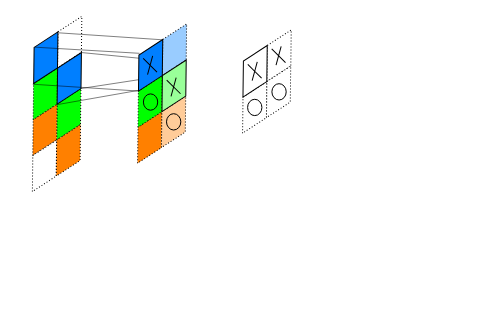
Earlier version of the draw.io diagram Untitled Diagram.drawio (huangqiuyu/Compiler). Source tidied: cells renumbered, new cells numbered last; positions are measured from the earlier drawing's top-left corner, leaving out a move shared by most shapes. Both pictures are drawn from the tidied source at 100%, with x=0, y=0 at pixel (20, 27).
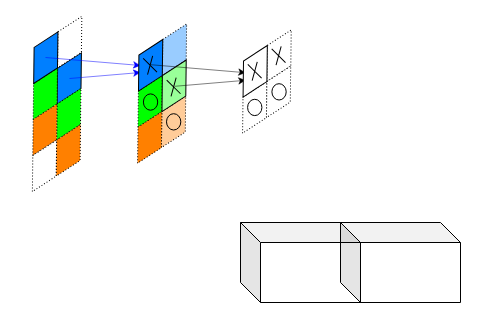
Above is the later version.

The change refers to these unchanged cells:
```xml
<mxCell id="4" style="shape=parallelogram;perimeter=parallelogramPerimeter;whiteSpace=wrap;html=1;fixedSize=1;rotation=327;fillColor=#00FF00;dashed=1;dashPattern=1 2;" parent="1" vertex="1">
  <mxGeometry x="24.1" y="71.8" width="48.4" height="30" as="geometry" />
</mxCell>
<mxCell id="5" style="shape=parallelogram;perimeter=parallelogramPerimeter;whiteSpace=wrap;html=1;fixedSize=1;rotation=327;dashed=1;dashPattern=1 2;" parent="1" vertex="1">
  <mxGeometry x="25" y="-0.4" width="48.4" height="30" as="geometry" />
</mxCell>
<mxCell id="10" style="shape=parallelogram;perimeter=parallelogramPerimeter;whiteSpace=wrap;html=1;fixedSize=1;rotation=327;fillColor=#99CCFF;dashed=1;dashPattern=1 2;" parent="1" vertex="1">
  <mxGeometry x="129.8" y="7.2" width="48.4" height="30" as="geometry" />
</mxCell>
<mxCell id="13" style="shape=parallelogram;perimeter=parallelogramPerimeter;whiteSpace=wrap;html=1;fixedSize=1;rotation=327;fillColor=#00FF00;dashed=1;dashPattern=1 2;" parent="1" vertex="1">
  <mxGeometry x="105.4" y="58.9" width="48.4" height="30" as="geometry" />
</mxCell>
<mxCell id="26" style="shape=parallelogram;perimeter=parallelogramPerimeter;whiteSpace=wrap;html=1;fixedSize=1;rotation=327;fillColor=#007FFF;gradientDirection=radial;shadow=0;" parent="1" vertex="1">
  <mxGeometry x="105.9" y="22.8" width="48.4" height="30" as="geometry" />
</mxCell>
```

What changed in the source:
```diff
@@
-    <mxCell id="2" style="endArrow=none;html=1;rounded=0;strokeWidth=0.5;exitX=1;exitY=0;exitDx=0;exitDy=0;entryX=0.182;entryY=0.6;entryDx=0;entryDy=0;entryPerimeter=0;" parent="1" edge="1" source="23" target="10">
-      <mxGeometry relative="1" as="geometry" />
-    </mxCell>
-    <mxCell id="3" style="endArrow=none;html=1;rounded=0;strokeWidth=0.5;exitX=1;exitY=0;exitDx=0;exitDy=0;entryX=0.569;entryY=1.005;entryDx=0;entryDy=0;entryPerimeter=0;" parent="1" edge="1" source="4" target="26">
-      <mxGeometry relative="1" as="geometry" />
-    </mxCell>
+    <mxCell id="23" style="shape=parallelogram;perimeter=parallelogramPerimeter;whiteSpace=wrap;html=1;fixedSize=1;rotation=327;fillColor=#007FFF;" parent="1" vertex="1">
+      <mxGeometry x="24.6" y="35.8" width="48.4" height="30" as="geometry" />
+    </mxCell>
@@
+    <mxCell id="9" style="shape=parallelogram;perimeter=parallelogramPerimeter;whiteSpace=wrap;html=1;fixedSize=1;rotation=327;fillColor=#00FF00;dashed=1;dashPattern=1 2;" parent="1" vertex="1">
+      <mxGeometry x="0.6" y="51.3" width="48.4" height="30" as="geometry" />
+    </mxCell>
@@
+    <mxCell id="22" style="shape=parallelogram;perimeter=parallelogramPerimeter;whiteSpace=wrap;html=1;fixedSize=1;rotation=327;fillColor=#007FFF;" parent="1" vertex="1">
+      <mxGeometry x="1.1" y="15.2" width="48.4" height="30" as="geometry" />
+    </mxCell>
+    <mxCell id="34" style="endArrow=classic;html=1;rounded=0;strokeColor=#0000FF;strokeWidth=0.5;" parent="1" edge="1">
+      <mxGeometry relative="1" as="geometry">
+        <mxPoint x="25" y="30" as="sourcePoint" />
+        <mxPoint x="120" y="38" as="targetPoint" />
+      </mxGeometry>
+    </mxCell>
+    <mxCell id="35" style="endArrow=classic;html=1;rounded=0;strokeColor=#0000FF;strokeWidth=0.5;" parent="1" edge="1">
+      <mxGeometry relative="1" as="geometry">
+        <mxPoint x="49" y="51" as="sourcePoint" />
+        <mxPoint x="120" y="45" as="targetPoint" />
+      </mxGeometry>
+    </mxCell>
@@
-    <mxCell id="9" style="shape=parallelogram;perimeter=parallelogramPerimeter;whiteSpace=wrap;html=1;fixedSize=1;rotation=327;fillColor=#00FF00;dashed=1;dashPattern=1 2;" parent="1" vertex="1">
-      <mxGeometry x="0.6" y="51.3" width="48.4" height="30" as="geometry" />
-    </mxCell>
@@
-    <mxCell id="11" style="shape=parallelogram;perimeter=parallelogramPerimeter;whiteSpace=wrap;html=1;fixedSize=1;rotation=327;fillColor=#FF8000;dashed=1;dashPattern=1 2;" parent="1" vertex="1">
-      <mxGeometry x="105" y="94.9" width="48.4" height="30" as="geometry" />
-    </mxCell>
@@
-    <mxCell id="22" style="shape=parallelogram;perimeter=parallelogramPerimeter;whiteSpace=wrap;html=1;fixedSize=1;rotation=327;fillColor=#007FFF;" parent="1" vertex="1">
-      <mxGeometry x="1.1" y="15.2" width="48.4" height="30" as="geometry" />
-    </mxCell>
-    <mxCell id="23" style="shape=parallelogram;perimeter=parallelogramPerimeter;whiteSpace=wrap;html=1;fixedSize=1;rotation=327;fillColor=#007FFF;" parent="1" vertex="1">
-      <mxGeometry x="24.6" y="35.8" width="48.4" height="30" as="geometry" />
-    </mxCell>
-    <mxCell id="24" style="shape=parallelogram;perimeter=parallelogramPerimeter;whiteSpace=wrap;html=1;fixedSize=1;rotation=327;fillColor=#FFFFFF;" parent="1" vertex="1">
-      <mxGeometry x="210.4" y="28.8" width="48.4" height="30" as="geometry" />
-    </mxCell>
-    <mxCell id="25" style="shape=umlDestroy;shadow=0;labelBackgroundColor=none;fillStyle=hachure;strokeWidth=1;fillColor=#007FFF;gradientColor=none;gradientDirection=radial;rotation=-15;" parent="1" vertex="1">
-      <mxGeometry x="229.3" y="35.4" width="9.8" height="16.8" as="geometry" />
-    </mxCell>
@@
-    <mxCell id="30" style="endArrow=none;html=1;rounded=0;strokeWidth=0.5;exitX=0.416;exitY=0.044;exitDx=0;exitDy=0;exitPerimeter=0;entryX=0.409;entryY=0.012;entryDx=0;entryDy=0;entryPerimeter=0;" parent="1" edge="1" source="5" target="10">
-      <mxGeometry relative="1" as="geometry" />
-    </mxCell>
-    <mxCell id="31" style="endArrow=none;html=1;rounded=0;strokeWidth=0.5;exitX=0.428;exitY=0.006;exitDx=0;exitDy=0;exitPerimeter=0;entryX=0.444;entryY=-0.035;entryDx=0;entryDy=0;entryPerimeter=0;" parent="1" edge="1" source="22" target="26">
-      <mxGeometry relative="1" as="geometry" />
-    </mxCell>
-    <mxCell id="32" style="endArrow=none;html=1;rounded=0;strokeWidth=0.5;exitX=0.39;exitY=0.004;exitDx=0;exitDy=0;exitPerimeter=0;entryX=0;entryY=1;entryDx=0;entryDy=0;" parent="1" edge="1" source="9" target="26">
-      <mxGeometry relative="1" as="geometry" />
-    </mxCell>
-    <mxCell id="33" style="endArrow=none;html=1;rounded=0;strokeWidth=0.5;exitX=0.584;exitY=1.019;exitDx=0;exitDy=0;exitPerimeter=0;entryX=0.42;entryY=-0.022;entryDx=0;entryDy=0;entryPerimeter=0;" parent="1" edge="1" source="9" target="13">
-      <mxGeometry relative="1" as="geometry" />
-    </mxCell>
+    <mxCell id="11" style="shape=parallelogram;perimeter=parallelogramPerimeter;whiteSpace=wrap;html=1;fixedSize=1;rotation=327;fillColor=#FF8000;dashed=1;dashPattern=1 2;" parent="1" vertex="1">
+      <mxGeometry x="105" y="94.9" width="48.4" height="30" as="geometry" />
+    </mxCell>
+    <mxCell id="36" style="endArrow=classic;html=1;rounded=0;strokeColor=#000000;strokeWidth=0.5;" parent="1" edge="1">
+      <mxGeometry relative="1" as="geometry">
+        <mxPoint x="130.1" y="37.2" as="sourcePoint" />
+        <mxPoint x="225.1" y="45.2" as="targetPoint" />
+      </mxGeometry>
+    </mxCell>
+    <mxCell id="37" style="endArrow=classic;html=1;rounded=0;strokeColor=#000000;strokeWidth=0.5;" parent="1" edge="1">
+      <mxGeometry relative="1" as="geometry">
+        <mxPoint x="154.1" y="58.8" as="sourcePoint" />
+        <mxPoint x="225.1" y="52.8" as="targetPoint" />
+      </mxGeometry>
+    </mxCell>
+    <mxCell id="38" style="group;" parent="1" vertex="1">
+      <mxGeometry x="206.2" y="18" width="56.9" height="51.5" as="geometry" />
+    </mxCell>
+    <mxCell id="24" style="shape=parallelogram;perimeter=parallelogramPerimeter;whiteSpace=wrap;html=1;fixedSize=1;rotation=327;fillColor=#FFFFFF;" parent="38" vertex="1">
+      <mxGeometry x="4.3" y="10.8" width="48.4" height="30" as="geometry" />
+    </mxCell>
+    <mxCell id="25" style="shape=umlDestroy;shadow=0;labelBackgroundColor=none;fillStyle=hachure;strokeWidth=1;fillColor=#007FFF;gradientColor=none;gradientDirection=radial;rotation=-15;" parent="38" vertex="1">
+      <mxGeometry x="23.1" y="17.4" width="9.8" height="16.8" as="geometry" />
+    </mxCell>
+    <mxCell id="39" style="shape=cube;whiteSpace=wrap;html=1;boundedLbl=1;backgroundOutline=1;darkOpacity=0.05;darkOpacity2=0.1;shadow=0;labelBackgroundColor=none;fillStyle=hachure;strokeWidth=1;fillColor=none;gradientColor=none;gradientDirection=radial;size=20;rotation=0;" parent="1" vertex="1">
+      <mxGeometry x="220" y="195" width="120" height="80" as="geometry" />
+    </mxCell>
+    <mxCell id="40" style="shape=cube;whiteSpace=wrap;html=1;boundedLbl=1;backgroundOutline=1;darkOpacity=0.05;darkOpacity2=0.1;shadow=0;labelBackgroundColor=none;fillStyle=hachure;strokeWidth=1;fillColor=none;gradientColor=none;gradientDirection=radial;size=20;rotation=0;" parent="1" vertex="1">
+      <mxGeometry x="320" y="195" width="120" height="80" as="geometry" />
+    </mxCell>
```
